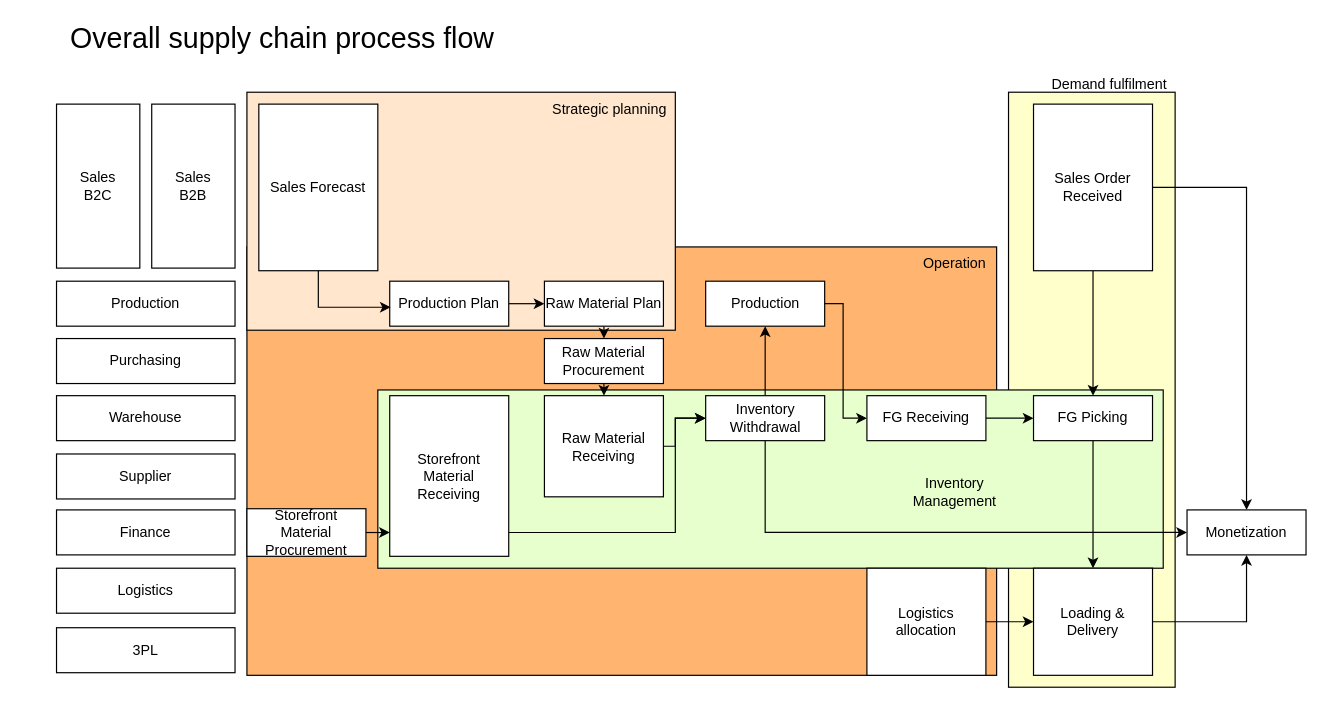
This is page "Overall flow" (1 of 14) of E2E.drawio from pkppm-dev/Roy-s, a draw.io file, before an edit. Source tidied: cells renumbered, new cells numbered last; positions are measured from the earlier drawing's top-left corner, leaving out a move shared by most shapes. Both pictures are drawn from the tidied source at 119%, with x=0, y=0 at pixel (20, 20).
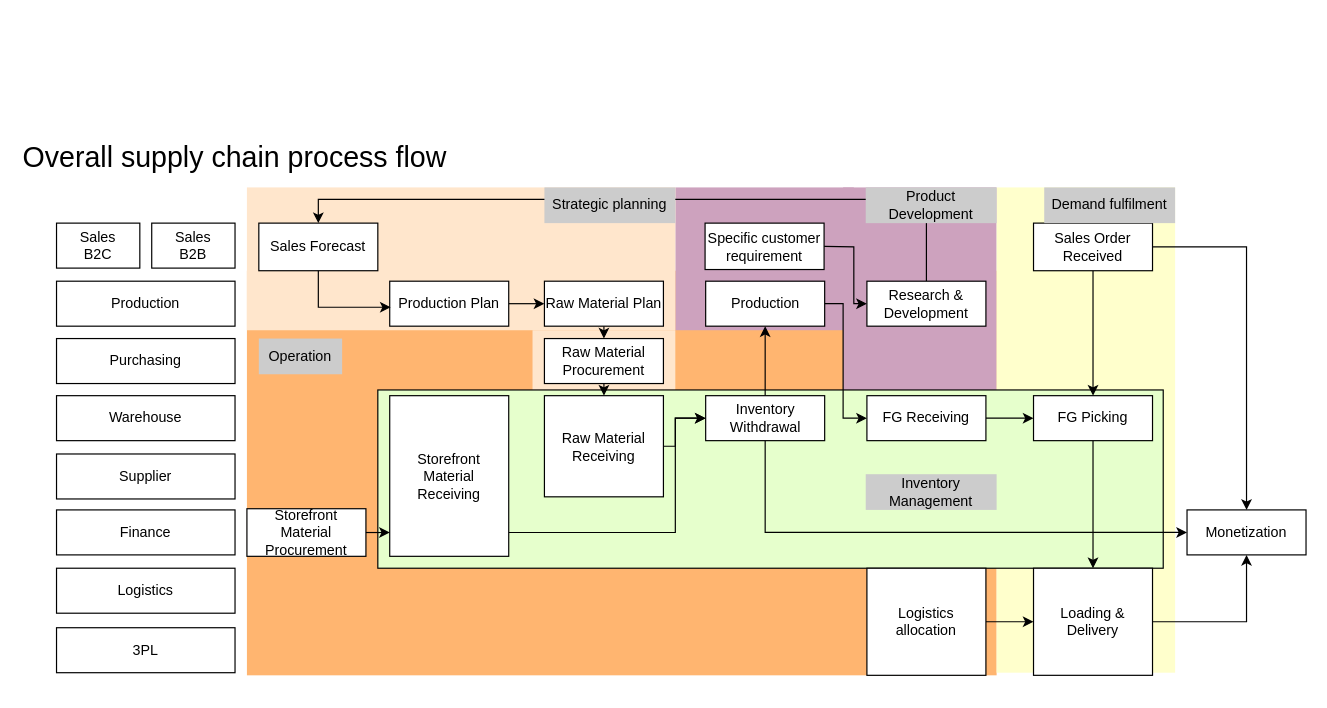
After the change.

What changed in the source:
```diff
@@
-    <mxCell id="2" style="whiteSpace=wrap;html=1;rounded=0;fillColor=#FFB570;" parent="1" vertex="1">
-      <mxGeometry x="190" y="190" width="630" height="360" as="geometry" />
+    <mxCell id="2" style="whiteSpace=wrap;html=1;rounded=0;fillColor=#FFB570;strokeColor=none;" parent="1" vertex="1">
+      <mxGeometry x="190" y="210" width="630" height="340" as="geometry" />
     </mxCell>
+    <mxCell id="51" style="whiteSpace=wrap;html=1;rounded=0;fillColor=#FFE6CC;strokeColor=none;" parent="1" vertex="1">
+      <mxGeometry x="430" y="260" width="120" height="50.2" as="geometry" />
+    </mxCell>
+    <mxCell id="52" style="rounded=0;whiteSpace=wrap;html=1;fontFamily=Helvetica;fontSize=11;fontColor=default;labelBackgroundColor=default;strokeColor=none;fillColor=#CDA2BE;" parent="1" vertex="1">
+      <mxGeometry x="550" y="140" width="150" height="120" as="geometry" />
+    </mxCell>
+    <mxCell id="53" style="rounded=0;whiteSpace=wrap;html=1;fontFamily=Helvetica;fontSize=11;fontColor=default;labelBackgroundColor=default;strokeColor=none;fillColor=#CDA2BE;" parent="1" vertex="1">
+      <mxGeometry x="691" y="140" width="129" height="170.2" as="geometry" />
+    </mxCell>
-    <mxCell id="3" style="whiteSpace=wrap;html=1;rounded=0;fillColor=#FFE6CC;" parent="1" vertex="1">
-      <mxGeometry x="190" y="60" width="360" height="200" as="geometry" />
+    <mxCell id="3" style="whiteSpace=wrap;html=1;rounded=0;fillColor=#FFE6CC;strokeColor=none;" parent="1" vertex="1">
+      <mxGeometry x="190" y="140" width="360" height="120" as="geometry" />
     </mxCell>
-    <mxCell id="4" style="whiteSpace=wrap;html=1;rounded=0;fillColor=#FFFFCC;" parent="1" vertex="1">
-      <mxGeometry x="830" y="60" width="140" height="500" as="geometry" />
+    <mxCell id="4" style="whiteSpace=wrap;html=1;rounded=0;fillColor=#FFFFCC;strokeColor=none;" parent="1" vertex="1">
+      <mxGeometry x="820" y="140" width="150" height="407.8" as="geometry" />
     </mxCell>
@@
     <mxCell id="6" value="&lt;font style=&quot;font-size: 24px;&quot;&gt;Overall supply chain process flow&lt;/font&gt;" style="text;html=1;align=center;verticalAlign=middle;whiteSpace=wrap;rounded=0;" parent="1" vertex="1">
-      <mxGeometry width="440" height="30" as="geometry" />
+      <mxGeometry y="100" width="360" height="30" as="geometry" />
     </mxCell>
     <mxCell id="7" value="Sales&lt;div&gt;B2C&lt;/div&gt;" style="whiteSpace=wrap;html=1;rounded=0;" parent="1" vertex="1">
-      <mxGeometry x="30" y="70" width="70" height="137.8" as="geometry" />
+      <mxGeometry x="30" y="170" width="70" height="37.8" as="geometry" />
     </mxCell>
@@
     <mxCell id="13" value="Sales&lt;div&gt;B2B&lt;/div&gt;" style="whiteSpace=wrap;html=1;rounded=0;" parent="1" vertex="1">
-      <mxGeometry x="110" y="70" width="70" height="137.8" as="geometry" />
+      <mxGeometry x="110" y="170" width="70" height="37.8" as="geometry" />
     </mxCell>
@@
     <mxCell id="18" value="Sales Forecast" style="whiteSpace=wrap;html=1;rounded=0;strokeColor=default;align=center;verticalAlign=middle;fontFamily=Helvetica;fontSize=12;fontColor=default;fillColor=default;" parent="1" vertex="1">
-      <mxGeometry x="200" y="70" width="100" height="140" as="geometry" />
+      <mxGeometry x="200" y="170" width="100" height="40" as="geometry" />
     </mxCell>
@@
     <mxCell id="33" value="Sales Order Received" style="whiteSpace=wrap;html=1;rounded=0;strokeColor=default;align=center;verticalAlign=middle;fontFamily=Helvetica;fontSize=12;fontColor=default;fillColor=default;" parent="1" vertex="1">
-      <mxGeometry x="851" y="70" width="100" height="140" as="geometry" />
+      <mxGeometry x="851" y="170" width="100" height="40" as="geometry" />
     </mxCell>
@@
-    <mxCell id="40" value="Strategic planning" style="text;html=1;align=center;verticalAlign=middle;whiteSpace=wrap;rounded=0;" parent="1" vertex="1">
-      <mxGeometry x="440" y="60" width="110" height="30" as="geometry" />
-    </mxCell>
-    <mxCell id="41" value="Demand fulfilment" style="text;html=1;align=center;verticalAlign=middle;whiteSpace=wrap;rounded=0;" parent="1" vertex="1">
-      <mxGeometry x="860" y="39" width="110" height="30" as="geometry" />
+    <mxCell id="41" value="Demand fulfilment" style="text;html=1;align=center;verticalAlign=middle;whiteSpace=wrap;rounded=0;fillColor=#CCCCCC;" parent="1" vertex="1">
+      <mxGeometry x="860" y="140" width="110" height="30" as="geometry" />
     </mxCell>
-    <mxCell id="42" value="Inventory Management" style="text;html=1;align=center;verticalAlign=middle;whiteSpace=wrap;rounded=0;" parent="1" vertex="1">
-      <mxGeometry x="730" y="381" width="110" height="30" as="geometry" />
+    <mxCell id="42" value="Inventory Management" style="text;html=1;align=center;verticalAlign=middle;whiteSpace=wrap;rounded=0;fillColor=#CCCCCC;" parent="1" vertex="1">
+      <mxGeometry x="710" y="381" width="110" height="30" as="geometry" />
     </mxCell>
-    <mxCell id="43" value="Operation" style="text;html=1;align=center;verticalAlign=middle;whiteSpace=wrap;rounded=0;" parent="1" vertex="1">
-      <mxGeometry x="750" y="188.8" width="70" height="30" as="geometry" />
+    <mxCell id="43" value="Operation" style="text;html=1;align=center;verticalAlign=middle;whiteSpace=wrap;rounded=0;fillColor=#CCCCCC;" parent="1" vertex="1">
+      <mxGeometry x="200" y="267" width="70" height="30" as="geometry" />
     </mxCell>
@@
+    <mxCell id="54" style="edgeStyle=orthogonalEdgeStyle;shape=connector;rounded=0;jumpStyle=arc;jettySize=auto;html=1;entryX=0;entryY=0.5;entryDx=0;entryDy=0;strokeColor=default;align=center;verticalAlign=middle;fontFamily=Helvetica;fontSize=11;fontColor=default;labelBackgroundColor=default;endArrow=classic;" parent="1" edge="1" source="55" target="57">
+      <mxGeometry relative="1" as="geometry">
+        <Array as="points">
+          <mxPoint x="690" y="190" />
+          <mxPoint x="700" y="190" />
+          <mxPoint x="700" y="238" />
+        </Array>
+      </mxGeometry>
+    </mxCell>
+    <mxCell id="55" value="Specific customer requirement" style="whiteSpace=wrap;html=1;rounded=0;strokeColor=default;align=center;verticalAlign=middle;fontFamily=Helvetica;fontSize=12;fontColor=default;fillColor=default;" parent="1" vertex="1">
+      <mxGeometry x="575" y="170" width="100" height="39" as="geometry" />
+    </mxCell>
+    <mxCell id="56" style="edgeStyle=orthogonalEdgeStyle;shape=connector;rounded=0;jumpStyle=arc;jettySize=auto;html=1;entryX=0.5;entryY=0;entryDx=0;entryDy=0;strokeColor=default;align=center;verticalAlign=middle;fontFamily=Helvetica;fontSize=11;fontColor=default;labelBackgroundColor=default;endArrow=classic;" parent="1" edge="1" source="57" target="18">
+      <mxGeometry relative="1" as="geometry">
+        <Array as="points">
+          <mxPoint x="761" y="150" />
+          <mxPoint x="250" y="150" />
+        </Array>
+      </mxGeometry>
+    </mxCell>
+    <mxCell id="57" value="Research &amp;amp; Development" style="whiteSpace=wrap;html=1;rounded=0;strokeColor=default;align=center;verticalAlign=middle;fontFamily=Helvetica;fontSize=12;fontColor=default;fillColor=#FFFFFF;" parent="1" vertex="1">
+      <mxGeometry x="711" y="218.8" width="100" height="37.8" as="geometry" />
+    </mxCell>
+    <mxCell id="58" value="Product Development" style="text;html=1;align=center;verticalAlign=middle;whiteSpace=wrap;rounded=0;fontFamily=Helvetica;fontSize=12;fontColor=default;fillColor=#CCCCCC;" parent="1" vertex="1">
+      <mxGeometry x="710" y="140" width="110" height="30" as="geometry" />
+    </mxCell>
+    <mxCell id="40" value="Strategic planning" style="text;html=1;align=center;verticalAlign=middle;whiteSpace=wrap;rounded=0;fontFamily=Helvetica;fontSize=12;fontColor=default;fillColor=#CCCCCC;" parent="1" vertex="1">
+      <mxGeometry x="440" y="140" width="110" height="30" as="geometry" />
+    </mxCell>
```
